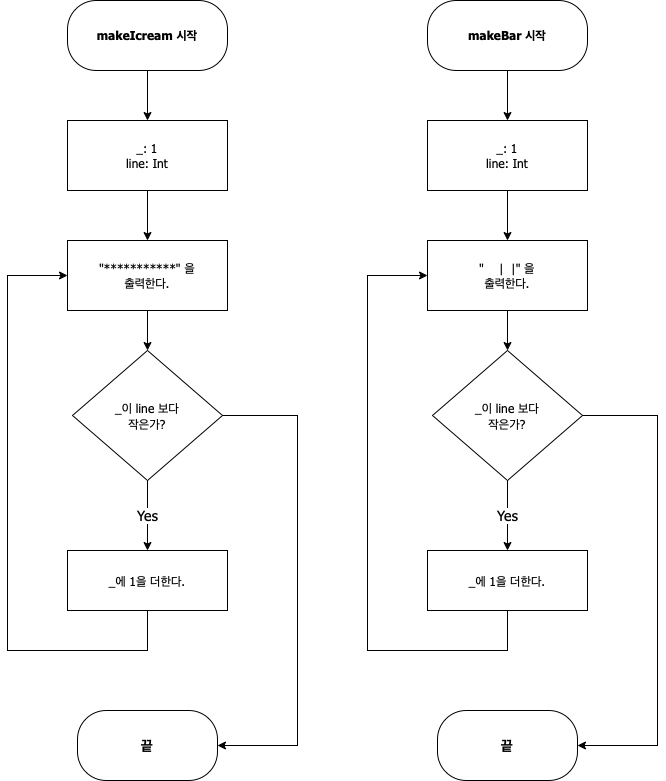
This is CodeStarterCamp_Week1/아이스크림 만들기 순서도.png from yagom-academy/swift-starter-camp-4th, a draw.io export, as it was before one commit. Source tidied: cells renumbered, new cells last; positions are measured from the earlier drawing's top-left corner, leaving out a move shared by most shapes.
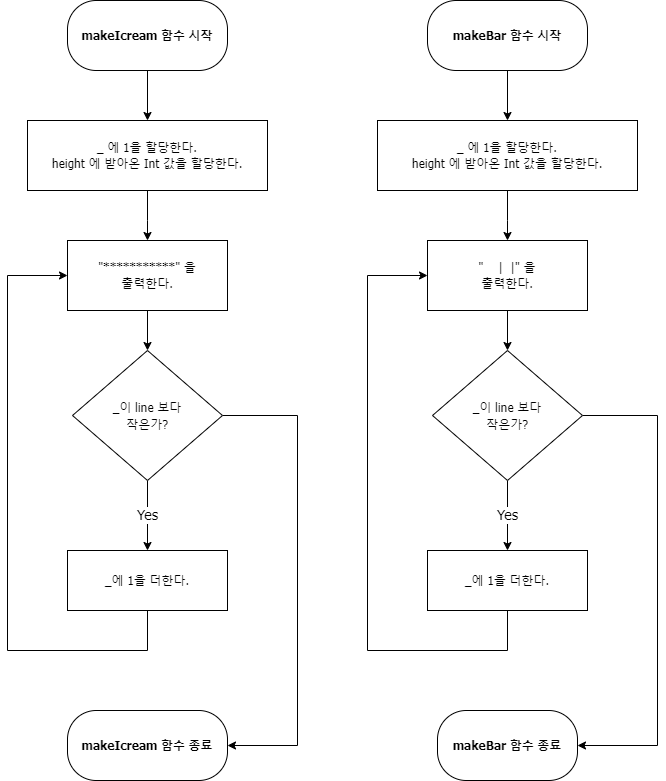
The same file after the commit.

Commit message:
아이스크림 만들기 함수 순서도 수정

Change to the diagram source:
```diff
@@ -5,11 +5,11 @@
     <mxCell id="2" style="edgeStyle=orthogonalEdgeStyle;rounded=0;jettySize=auto;html=1;entryX=0.5;entryY=0;entryDx=0;entryDy=0;fontFamily=Tahoma;fontSize=14;" parent="1" edge="1" source="3" target="6">
       <mxGeometry relative="1" as="geometry" />
     </mxCell>
-    <mxCell id="3" value="&lt;font size=&quot;1&quot; face=&quot;Tahoma&quot;&gt;&lt;b style=&quot;font-size: 12px&quot;&gt;makeIcream 시작&lt;/b&gt;&lt;/font&gt;" style="rounded=1;whiteSpace=wrap;html=1;arcSize=41;" parent="1" vertex="1">
+    <mxCell id="3" value="&lt;font size=&quot;1&quot; face=&quot;Tahoma&quot;&gt;&lt;b style=&quot;font-size: 12px&quot;&gt;makeIcream 함수 시작&lt;/b&gt;&lt;/font&gt;" style="rounded=1;whiteSpace=wrap;html=1;arcSize=41;" parent="1" vertex="1">
       <mxGeometry x="60" width="160" height="70" as="geometry" />
     </mxCell>
-    <mxCell id="4" value="&lt;font style=&quot;font-size: 14px&quot;&gt;&lt;b&gt;끝&lt;/b&gt;&lt;/font&gt;" style="rounded=1;whiteSpace=wrap;html=1;arcSize=41;" parent="1" vertex="1">
-      <mxGeometry x="70" y="710" width="140" height="70" as="geometry" />
+    <mxCell id="4" value="&lt;b style=&quot;font-family: &amp;#34;tahoma&amp;#34;&quot;&gt;makeIcream 함수 종료&lt;/b&gt;" style="rounded=1;whiteSpace=wrap;html=1;arcSize=41;" parent="1" vertex="1">
+      <mxGeometry x="60" y="710" width="160" height="70" as="geometry" />
     </mxCell>
     <mxCell id="5" style="edgeStyle=orthogonalEdgeStyle;rounded=0;jettySize=auto;html=1;entryX=0.5;entryY=0;entryDx=0;entryDy=0;fontFamily=Tahoma;fontSize=14;" parent="1" edge="1" source="6" target="8">
       <mxGeometry relative="1" as="geometry">
@@ -19,8 +19,8 @@
         </Array>
       </mxGeometry>
     </mxCell>
-    <mxCell id="6" value="&lt;font face=&quot;Tahoma&quot;&gt;_: 1&lt;br&gt;line: Int&lt;/font&gt;" style="rounded=0;whiteSpace=wrap;html=1;" parent="1" vertex="1">
-      <mxGeometry x="60" y="120" width="160" height="70" as="geometry" />
+    <mxCell id="6" value="&lt;font face=&quot;Tahoma&quot;&gt;_ 에 1을 할당한다.&lt;br&gt;height 에 받아온 Int 값을 할당한다.&lt;br&gt;&lt;/font&gt;" style="rounded=0;whiteSpace=wrap;html=1;" parent="1" vertex="1">
+      <mxGeometry x="20" y="120" width="240" height="70" as="geometry" />
     </mxCell>
     <mxCell id="7" style="edgeStyle=orthogonalEdgeStyle;rounded=0;jettySize=auto;html=1;entryX=0.5;entryY=0;entryDx=0;entryDy=0;fontFamily=Tahoma;fontSize=14;" parent="1" edge="1" source="8" target="11">
       <mxGeometry relative="1" as="geometry" />
@@ -57,10 +57,10 @@
     <mxCell id="14" style="edgeStyle=orthogonalEdgeStyle;rounded=0;jettySize=auto;html=1;entryX=0.5;entryY=0;entryDx=0;entryDy=0;fontFamily=Tahoma;fontSize=14;" parent="1" edge="1" source="15" target="18">
       <mxGeometry relative="1" as="geometry" />
     </mxCell>
-    <mxCell id="15" value="&lt;font size=&quot;1&quot; face=&quot;Tahoma&quot;&gt;&lt;b style=&quot;font-size: 12px&quot;&gt;makeBar 시작&lt;/b&gt;&lt;/font&gt;" style="rounded=1;whiteSpace=wrap;html=1;arcSize=41;" parent="1" vertex="1">
+    <mxCell id="15" value="&lt;font size=&quot;1&quot; face=&quot;Tahoma&quot;&gt;&lt;b style=&quot;font-size: 12px&quot;&gt;makeBar 함수 시작&lt;/b&gt;&lt;/font&gt;" style="rounded=1;whiteSpace=wrap;html=1;arcSize=41;" parent="1" vertex="1">
       <mxGeometry x="420" width="160" height="70" as="geometry" />
     </mxCell>
-    <mxCell id="16" value="&lt;font style=&quot;font-size: 14px&quot;&gt;&lt;b&gt;끝&lt;/b&gt;&lt;/font&gt;" style="rounded=1;whiteSpace=wrap;html=1;arcSize=41;" parent="1" vertex="1">
+    <mxCell id="16" value="&lt;b style=&quot;font-family: &amp;#34;tahoma&amp;#34;&quot;&gt;makeBar 함수 종료&lt;/b&gt;" style="rounded=1;whiteSpace=wrap;html=1;arcSize=41;" parent="1" vertex="1">
       <mxGeometry x="430" y="710" width="140" height="70" as="geometry" />
     </mxCell>
     <mxCell id="17" style="edgeStyle=orthogonalEdgeStyle;rounded=0;jettySize=auto;html=1;entryX=0.5;entryY=0;entryDx=0;entryDy=0;fontFamily=Tahoma;fontSize=14;" parent="1" edge="1" source="18" target="20">
@@ -71,8 +71,8 @@
         </Array>
       </mxGeometry>
     </mxCell>
-    <mxCell id="18" value="&lt;font face=&quot;Tahoma&quot;&gt;_: 1&lt;br&gt;line: Int&lt;/font&gt;" style="rounded=0;whiteSpace=wrap;html=1;" parent="1" vertex="1">
-      <mxGeometry x="420" y="120" width="160" height="70" as="geometry" />
+    <mxCell id="18" value="&lt;span style=&quot;font-family: &amp;#34;tahoma&amp;#34;&quot;&gt;_ 에 1을 할당한다.&lt;/span&gt;&lt;br style=&quot;font-family: &amp;#34;tahoma&amp;#34;&quot;&gt;&lt;span style=&quot;font-family: &amp;#34;tahoma&amp;#34;&quot;&gt;height 에 받아온 Int 값을 할당한다.&lt;/span&gt;" style="rounded=0;whiteSpace=wrap;html=1;" parent="1" vertex="1">
+      <mxGeometry x="370" y="120" width="260" height="70" as="geometry" />
     </mxCell>
     <mxCell id="19" style="edgeStyle=orthogonalEdgeStyle;rounded=0;jettySize=auto;html=1;entryX=0.5;entryY=0;entryDx=0;entryDy=0;fontFamily=Tahoma;fontSize=14;" parent="1" edge="1" source="20" target="23">
       <mxGeometry relative="1" as="geometry" />
```
